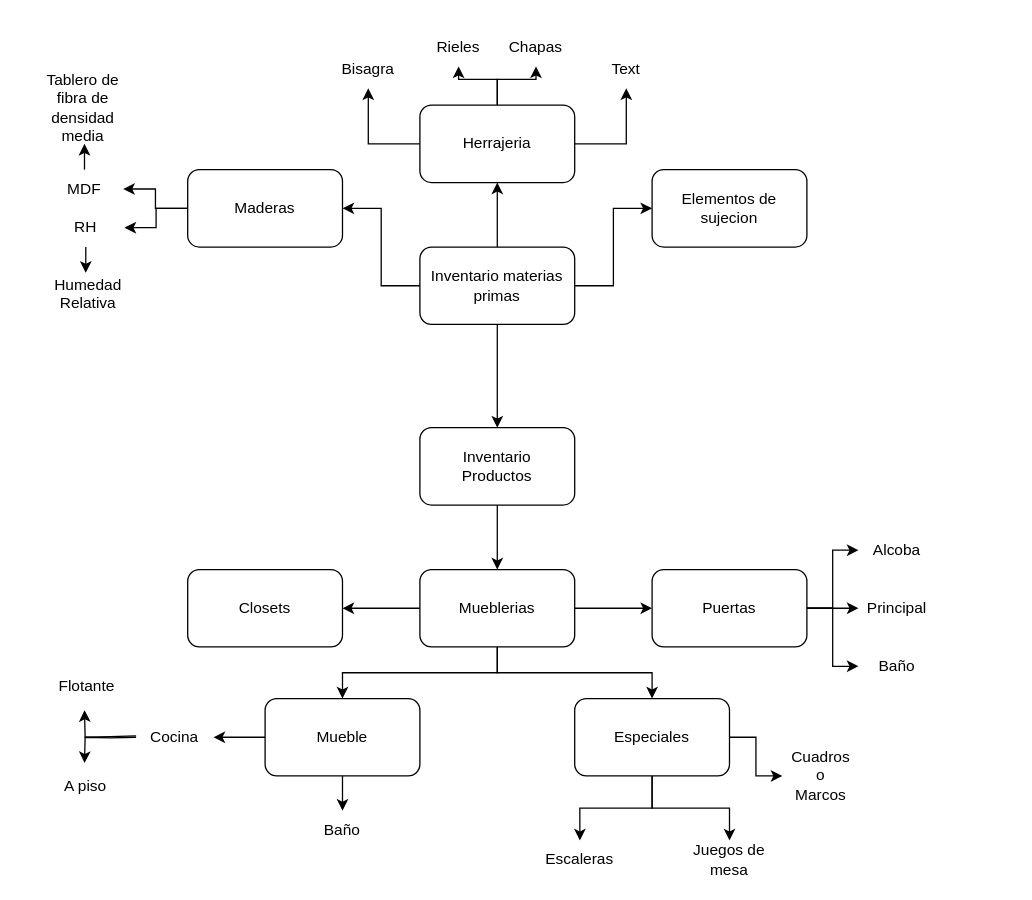
Before: Diagrama sin título.drawio in DavidSteyr/diagramaProcesosTGS, a draw.io diagram. Source tidied: cells renumbered, new cells numbered last; positions are measured from the earlier drawing's top-left corner, leaving out a move shared by most shapes. Both pictures are drawn from the tidied source at 129%, with x=0, y=0 at pixel (44, 27).
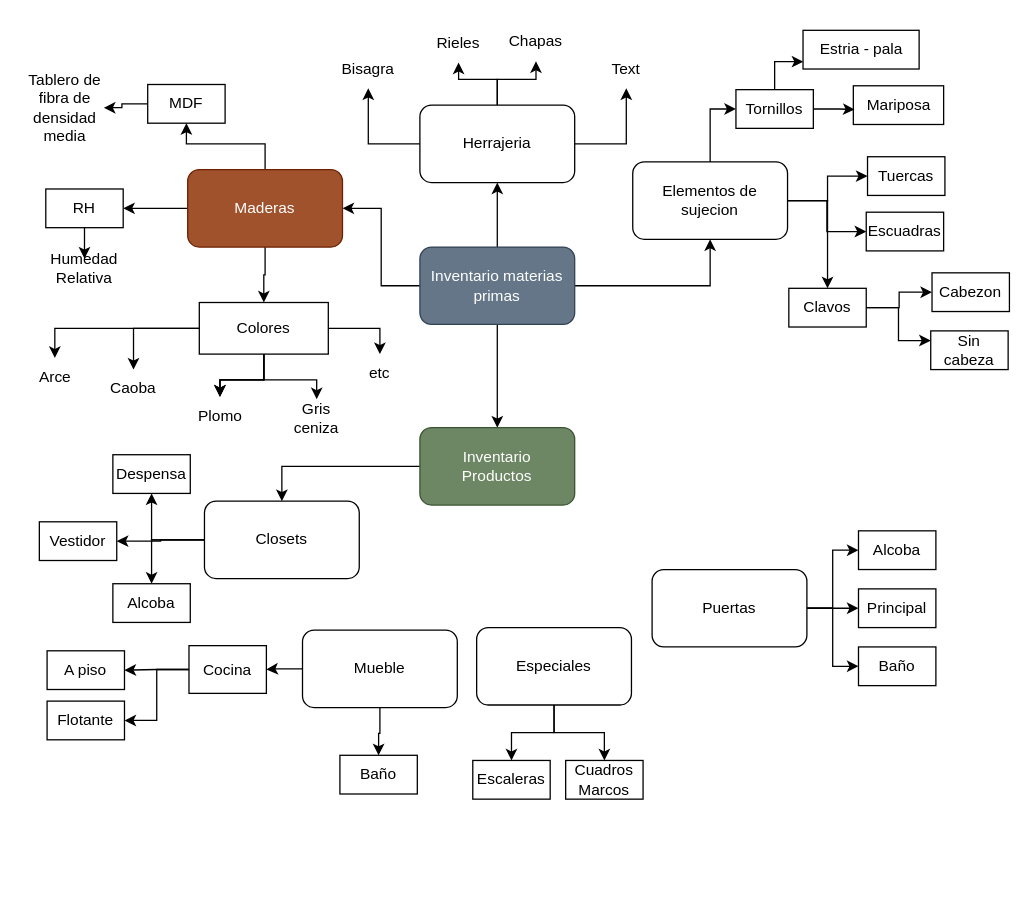
Above is the later version.

The edit, as a diff of the source:
```diff
@@
-    <mxCell id="6" value="Inventario materias primas" style="rounded=1;whiteSpace=wrap;html=1;" parent="1" vertex="1">
+    <mxCell id="6" value="Inventario materias primas" style="rounded=1;whiteSpace=wrap;html=1;fillColor=#647687;fontColor=#ffffff;strokeColor=#314354;" parent="1" vertex="1">
       <mxGeometry x="291" y="170" width="120" height="60" as="geometry" />
     </mxCell>
-    <mxCell id="7" style="edgeStyle=orthogonalEdgeStyle;rounded=0;jettySize=auto;html=1;" parent="1" edge="1" source="8" target="22">
-      <mxGeometry relative="1" as="geometry" />
-    </mxCell>
+    <mxCell id="57" style="edgeStyle=orthogonalEdgeStyle;rounded=0;jettySize=auto;html=1;entryX=0.5;entryY=0;entryDx=0;entryDy=0;" parent="1" edge="1" source="8" target="27">
+      <mxGeometry relative="1" as="geometry" />
+    </mxCell>
-    <mxCell id="8" value="&lt;div&gt;Inventario&lt;/div&gt;&lt;div&gt;Productos&lt;br&gt;&lt;/div&gt;" style="whiteSpace=wrap;html=1;rounded=1;" parent="1" vertex="1">
+    <mxCell id="8" value="&lt;div&gt;Inventario&lt;/div&gt;&lt;div&gt;Productos&lt;br&gt;&lt;/div&gt;" style="whiteSpace=wrap;html=1;rounded=1;fillColor=#6d8764;fontColor=#ffffff;strokeColor=#3A5431;" parent="1" vertex="1">
       <mxGeometry x="291" y="310" width="120" height="60" as="geometry" />
     </mxCell>
+    <mxCell id="58" style="edgeStyle=orthogonalEdgeStyle;rounded=0;jettySize=auto;html=1;entryX=0;entryY=0.5;entryDx=0;entryDy=0;" parent="1" edge="1" source="9" target="72">
+      <mxGeometry relative="1" as="geometry" />
+    </mxCell>
+    <mxCell id="59" style="edgeStyle=orthogonalEdgeStyle;rounded=0;jettySize=auto;html=1;entryX=0;entryY=0.5;entryDx=0;entryDy=0;" parent="1" edge="1" source="9" target="73">
+      <mxGeometry relative="1" as="geometry" />
+    </mxCell>
+    <mxCell id="60" style="edgeStyle=orthogonalEdgeStyle;rounded=0;jettySize=auto;html=1;entryX=0;entryY=0.5;entryDx=0;entryDy=0;" parent="1" edge="1" source="9" target="74">
+      <mxGeometry relative="1" as="geometry" />
+    </mxCell>
+    <mxCell id="61" style="edgeStyle=orthogonalEdgeStyle;rounded=0;jettySize=auto;html=1;entryX=0.5;entryY=0;entryDx=0;entryDy=0;" parent="1" edge="1" source="9" target="77">
+      <mxGeometry relative="1" as="geometry" />
+    </mxCell>
     <mxCell id="9" value="&lt;div&gt;Elementos de sujecion&lt;/div&gt;" style="rounded=1;whiteSpace=wrap;html=1;" parent="1" vertex="1">
-      <mxGeometry x="471" y="110" width="120" height="60" as="geometry" />
+      <mxGeometry x="456" y="104" width="120" height="60" as="geometry" />
     </mxCell>
@@
-    <mxCell id="15" style="edgeStyle=orthogonalEdgeStyle;rounded=0;jettySize=auto;html=1;" parent="1" edge="1" source="17" target="50">
+    <mxCell id="15" style="edgeStyle=orthogonalEdgeStyle;rounded=0;jettySize=auto;html=1;strokeColor=default;" parent="1" edge="1" source="17" target="50">
       <mxGeometry relative="1" as="geometry" />
     </mxCell>
@@
+    <mxCell id="62" style="edgeStyle=orthogonalEdgeStyle;rounded=0;jettySize=auto;html=1;entryX=0.5;entryY=1;entryDx=0;entryDy=0;" parent="1" edge="1" source="17" target="86">
+      <mxGeometry relative="1" as="geometry" />
+    </mxCell>
-    <mxCell id="17" value="Maderas" style="rounded=1;whiteSpace=wrap;html=1;" parent="1" vertex="1">
+    <mxCell id="17" value="Maderas" style="rounded=1;whiteSpace=wrap;html=1;fillColor=#a0522d;fontColor=#ffffff;strokeColor=#6D1F00;" parent="1" vertex="1">
       <mxGeometry x="111" y="110" width="120" height="60" as="geometry" />
     </mxCell>
-    <mxCell id="18" style="edgeStyle=orthogonalEdgeStyle;rounded=0;orthogonalLoop=1;jettySize=auto;html=1;" parent="1" edge="1">
-      <mxGeometry relative="1" as="geometry">
-        <mxPoint x="411" y="450" as="sourcePoint" />
-        <mxPoint x="471" y="450" as="targetPoint" />
-      </mxGeometry>
-    </mxCell>
-    <mxCell id="19" style="edgeStyle=orthogonalEdgeStyle;rounded=0;jettySize=auto;html=1;" parent="1" edge="1" source="22">
-      <mxGeometry relative="1" as="geometry">
-        <mxPoint x="231" y="450" as="targetPoint" />
-      </mxGeometry>
-    </mxCell>
-    <mxCell id="20" style="edgeStyle=orthogonalEdgeStyle;rounded=0;jettySize=auto;html=1;" parent="1" edge="1" source="22" target="30">
-      <mxGeometry relative="1" as="geometry" />
-    </mxCell>
-    <mxCell id="21" style="edgeStyle=orthogonalEdgeStyle;rounded=0;jettySize=auto;html=1;entryX=0.5;entryY=0;entryDx=0;entryDy=0;" parent="1" edge="1" source="22" target="34">
-      <mxGeometry relative="1" as="geometry" />
-    </mxCell>
-    <mxCell id="22" value="Mueblerias" style="rounded=1;whiteSpace=wrap;html=1;" parent="1" vertex="1">
-      <mxGeometry x="291" y="420" width="120" height="60" as="geometry" />
-    </mxCell>
@@
+    <mxCell id="63" style="edgeStyle=orthogonalEdgeStyle;rounded=0;jettySize=auto;html=1;entryX=1;entryY=0.5;entryDx=0;entryDy=0;" parent="1" edge="1" source="27" target="92">
+      <mxGeometry relative="1" as="geometry" />
+    </mxCell>
+    <mxCell id="64" style="edgeStyle=orthogonalEdgeStyle;rounded=0;jettySize=auto;html=1;entryX=0.5;entryY=1;entryDx=0;entryDy=0;" parent="1" edge="1" source="27" target="94">
+      <mxGeometry relative="1" as="geometry" />
+    </mxCell>
+    <mxCell id="65" style="edgeStyle=orthogonalEdgeStyle;rounded=0;jettySize=auto;html=1;entryX=0.5;entryY=0;entryDx=0;entryDy=0;" parent="1" edge="1" source="27" target="93">
+      <mxGeometry relative="1" as="geometry" />
+    </mxCell>
     <mxCell id="27" value="Closets" style="rounded=1;whiteSpace=wrap;html=1;" parent="1" vertex="1">
-      <mxGeometry x="111" y="420" width="120" height="60" as="geometry" />
+      <mxGeometry x="124" y="367" width="120" height="60" as="geometry" />
     </mxCell>
@@
     <mxCell id="30" value="&lt;div&gt;Mueble&lt;/div&gt;" style="rounded=1;whiteSpace=wrap;html=1;" parent="1" vertex="1">
-      <mxGeometry x="171" y="520" width="120" height="60" as="geometry" />
+      <mxGeometry x="200" y="467" width="120" height="60" as="geometry" />
     </mxCell>
-    <mxCell id="31" style="edgeStyle=orthogonalEdgeStyle;rounded=0;jettySize=auto;html=1;entryX=0.5;entryY=0;entryDx=0;entryDy=0;" parent="1" edge="1" source="34" target="43">
-      <mxGeometry relative="1" as="geometry" />
-    </mxCell>
+    <mxCell id="33" style="edgeStyle=orthogonalEdgeStyle;rounded=0;jettySize=auto;html=1;" parent="1" edge="1" source="34" target="42">
+      <mxGeometry relative="1" as="geometry" />
+    </mxCell>
-    <mxCell id="32" style="edgeStyle=orthogonalEdgeStyle;rounded=0;jettySize=auto;html=1;entryX=0;entryY=0.5;entryDx=0;entryDy=0;" parent="1" edge="1" source="34" target="44">
+    <mxCell id="32" style="edgeStyle=orthogonalEdgeStyle;rounded=0;jettySize=auto;html=1;entryX=0.5;entryY=0;entryDx=0;entryDy=0;" parent="1" edge="1" source="34" target="44">
       <mxGeometry relative="1" as="geometry" />
     </mxCell>
-    <mxCell id="33" style="edgeStyle=orthogonalEdgeStyle;rounded=0;jettySize=auto;html=1;" parent="1" edge="1" source="34" target="42">
-      <mxGeometry relative="1" as="geometry" />
-    </mxCell>
     <mxCell id="34" value="Especiales" style="rounded=1;whiteSpace=wrap;html=1;" parent="1" vertex="1">
-      <mxGeometry x="411" y="520" width="120" height="60" as="geometry" />
+      <mxGeometry x="335" y="465" width="120" height="60" as="geometry" />
     </mxCell>
-    <mxCell id="35" value="Alcoba" style="text;html=1;strokeColor=none;fillColor=none;align=center;verticalAlign=middle;whiteSpace=wrap;rounded=0;" parent="1" vertex="1">
+    <mxCell id="35" value="Alcoba" style="text;html=1;strokeColor=default;fillColor=none;align=center;verticalAlign=middle;whiteSpace=wrap;rounded=0;" parent="1" vertex="1">
       <mxGeometry x="631" y="390" width="60" height="30" as="geometry" />
     </mxCell>
-    <mxCell id="36" value="Principal" style="text;html=1;strokeColor=none;fillColor=none;align=center;verticalAlign=middle;whiteSpace=wrap;rounded=0;" parent="1" vertex="1">
+    <mxCell id="36" value="Principal" style="text;html=1;strokeColor=default;fillColor=none;align=center;verticalAlign=middle;whiteSpace=wrap;rounded=0;" parent="1" vertex="1">
       <mxGeometry x="631" y="435" width="60" height="30" as="geometry" />
     </mxCell>
-    <mxCell id="37" value="&lt;div&gt;Baño&lt;/div&gt;" style="text;html=1;strokeColor=none;fillColor=none;align=center;verticalAlign=middle;whiteSpace=wrap;rounded=0;" parent="1" vertex="1">
+    <mxCell id="37" value="&lt;div&gt;Baño&lt;/div&gt;" style="text;html=1;strokeColor=default;fillColor=none;align=center;verticalAlign=middle;whiteSpace=wrap;rounded=0;" parent="1" vertex="1">
       <mxGeometry x="631" y="480" width="60" height="30" as="geometry" />
     </mxCell>
-    <mxCell id="38" style="edgeStyle=orthogonalEdgeStyle;rounded=0;orthogonalLoop=1;jettySize=auto;html=1;" parent="1" edge="1">
-      <mxGeometry relative="1" as="geometry">
-        <mxPoint x="71" y="549" as="sourcePoint" />
-        <mxPoint x="31" y="529" as="targetPoint" />
-      </mxGeometry>
-    </mxCell>
-    <mxCell id="39" style="edgeStyle=orthogonalEdgeStyle;rounded=0;orthogonalLoop=1;jettySize=auto;html=1;" parent="1" edge="1">
-      <mxGeometry relative="1" as="geometry">
-        <mxPoint x="71" y="550" as="sourcePoint" />
-        <mxPoint x="31" y="570" as="targetPoint" />
-      </mxGeometry>
-    </mxCell>
+    <mxCell id="66" style="edgeStyle=orthogonalEdgeStyle;rounded=0;jettySize=auto;html=1;entryX=1;entryY=0.5;entryDx=0;entryDy=0;" parent="1" edge="1" source="40" target="46">
+      <mxGeometry relative="1" as="geometry" />
+    </mxCell>
+    <mxCell id="67" style="edgeStyle=orthogonalEdgeStyle;rounded=0;jettySize=auto;html=1;entryX=1;entryY=0.5;entryDx=0;entryDy=0;" parent="1" edge="1" source="40" target="45">
+      <mxGeometry relative="1" as="geometry" />
+    </mxCell>
-    <mxCell id="40" value="&lt;div&gt;Cocina&lt;/div&gt;" style="text;html=1;strokeColor=none;fillColor=none;align=center;verticalAlign=middle;whiteSpace=wrap;rounded=0;" parent="1" vertex="1">
-      <mxGeometry x="71" y="535" width="60" height="30" as="geometry" />
+    <mxCell id="40" value="&lt;div&gt;Cocina&lt;/div&gt;" style="text;html=1;strokeColor=default;fillColor=default;align=center;verticalAlign=middle;whiteSpace=wrap;rounded=0;" parent="1" vertex="1">
+      <mxGeometry x="112" y="479" width="60" height="37" as="geometry" />
     </mxCell>
-    <mxCell id="41" value="Baño" style="text;html=1;strokeColor=none;fillColor=none;align=center;verticalAlign=middle;whiteSpace=wrap;rounded=0;" parent="1" vertex="1">
-      <mxGeometry x="201" y="607" width="60" height="30" as="geometry" />
+    <mxCell id="41" value="Baño" style="text;html=1;strokeColor=default;fillColor=none;align=center;verticalAlign=middle;whiteSpace=wrap;rounded=0;" parent="1" vertex="1">
+      <mxGeometry x="229" y="564" width="60" height="30" as="geometry" />
     </mxCell>
-    <mxCell id="42" value="Escaleras" style="text;html=1;strokeColor=none;fillColor=none;align=center;verticalAlign=middle;whiteSpace=wrap;rounded=0;" parent="1" vertex="1">
-      <mxGeometry x="385" y="630" width="60" height="30" as="geometry" />
+    <mxCell id="42" value="Escaleras" style="text;html=1;strokeColor=default;fillColor=none;align=center;verticalAlign=middle;whiteSpace=wrap;rounded=0;" parent="1" vertex="1">
+      <mxGeometry x="332" y="568" width="60" height="30" as="geometry" />
     </mxCell>
-    <mxCell id="43" value="&lt;div&gt;Juegos de mesa&lt;/div&gt;" style="text;html=1;strokeColor=none;fillColor=none;align=center;verticalAlign=middle;whiteSpace=wrap;rounded=0;" parent="1" vertex="1">
-      <mxGeometry x="501" y="630" width="60" height="30" as="geometry" />
-    </mxCell>
-    <mxCell id="44" value="&lt;div&gt;Cuadros&lt;/div&gt;&lt;div&gt;o&lt;/div&gt;&lt;div&gt;Marcos&lt;br&gt;&lt;/div&gt;" style="text;html=1;strokeColor=none;fillColor=none;align=center;verticalAlign=middle;whiteSpace=wrap;rounded=0;" parent="1" vertex="1">
-      <mxGeometry x="572" y="565" width="60" height="30" as="geometry" />
+    <mxCell id="44" value="&lt;div&gt;&lt;br&gt;&lt;/div&gt;&lt;div&gt;Cuadros&lt;/div&gt;&lt;div&gt;Marcos&lt;/div&gt;&lt;div&gt;&lt;br&gt;&lt;/div&gt;" style="text;html=1;strokeColor=default;fillColor=none;align=center;verticalAlign=middle;whiteSpace=wrap;rounded=0;" parent="1" vertex="1">
+      <mxGeometry x="404" y="568" width="60" height="30" as="geometry" />
     </mxCell>
-    <mxCell id="45" value="Flotante" style="text;html=1;strokeColor=none;fillColor=none;align=center;verticalAlign=middle;whiteSpace=wrap;rounded=0;" parent="1" vertex="1">
-      <mxGeometry x="3" y="496" width="60" height="30" as="geometry" />
+    <mxCell id="45" value="Flotante" style="text;html=1;strokeColor=default;fillColor=none;align=center;verticalAlign=middle;whiteSpace=wrap;rounded=0;" parent="1" vertex="1">
+      <mxGeometry x="2" y="522" width="60" height="30" as="geometry" />
     </mxCell>
-    <mxCell id="46" value="A piso" style="text;html=1;strokeColor=none;fillColor=none;align=center;verticalAlign=middle;whiteSpace=wrap;rounded=0;" parent="1" vertex="1">
-      <mxGeometry x="2" y="573" width="60" height="30" as="geometry" />
+    <mxCell id="46" value="A piso" style="text;html=1;strokeColor=default;fillColor=none;align=center;verticalAlign=middle;whiteSpace=wrap;rounded=0;" parent="1" vertex="1">
+      <mxGeometry x="2" y="483" width="60" height="30" as="geometry" />
     </mxCell>
-    <mxCell id="47" style="edgeStyle=orthogonalEdgeStyle;rounded=0;jettySize=auto;html=1;" parent="1" edge="1" source="48">
-      <mxGeometry relative="1" as="geometry">
-        <mxPoint x="32" y="190" as="targetPoint" />
-      </mxGeometry>
-    </mxCell>
+    <mxCell id="68" style="edgeStyle=orthogonalEdgeStyle;rounded=0;jettySize=auto;html=1;entryX=0.5;entryY=0;entryDx=0;entryDy=0;" parent="1" edge="1" source="48" target="52">
+      <mxGeometry relative="1" as="geometry" />
+    </mxCell>
-    <mxCell id="48" value="RH" style="text;html=1;strokeColor=none;fillColor=none;align=center;verticalAlign=middle;whiteSpace=wrap;rounded=0;" parent="1" vertex="1">
-      <mxGeometry x="2" y="140" width="60" height="30" as="geometry" />
+    <mxCell id="48" value="RH" style="text;html=1;strokeColor=default;fillColor=default;align=center;verticalAlign=middle;whiteSpace=wrap;rounded=0;" parent="1" vertex="1">
+      <mxGeometry x="1" y="125" width="60" height="30" as="geometry" />
     </mxCell>
-    <mxCell id="49" style="edgeStyle=orthogonalEdgeStyle;rounded=0;jettySize=auto;html=1;" parent="1" edge="1" source="50">
-      <mxGeometry relative="1" as="geometry">
-        <mxPoint x="31" y="90" as="targetPoint" />
-      </mxGeometry>
-    </mxCell>
+    <mxCell id="69" style="edgeStyle=orthogonalEdgeStyle;rounded=0;jettySize=auto;html=1;entryX=1;entryY=0.5;entryDx=0;entryDy=0;" parent="1" edge="1" source="50" target="51">
+      <mxGeometry relative="1" as="geometry" />
+    </mxCell>
-    <mxCell id="50" value="MDF" style="text;html=1;strokeColor=none;fillColor=none;align=center;verticalAlign=middle;whiteSpace=wrap;rounded=0;" parent="1" vertex="1">
-      <mxGeometry x="1" y="110" width="60" height="30" as="geometry" />
+    <mxCell id="50" value="MDF" style="text;html=1;strokeColor=default;fillColor=default;align=center;verticalAlign=middle;whiteSpace=wrap;rounded=0;" parent="1" vertex="1">
+      <mxGeometry x="80" y="44" width="60" height="30" as="geometry" />
     </mxCell>
     <mxCell id="51" value="Tablero de fibra de densidad media" style="text;html=1;strokeColor=none;fillColor=none;align=center;verticalAlign=middle;whiteSpace=wrap;rounded=0;" parent="1" vertex="1">
-      <mxGeometry y="47" width="60" height="30" as="geometry" />
+      <mxGeometry x="-14" y="47" width="60" height="30" as="geometry" />
     </mxCell>
     <mxCell id="52" value="&#10;Humedad Relativa&#10;&#10;" style="text;html=1;strokeColor=none;fillColor=none;align=center;verticalAlign=middle;whiteSpace=wrap;rounded=0;" parent="1" vertex="1">
-      <mxGeometry x="4" y="199" width="60" height="30" as="geometry" />
+      <mxGeometry x="1" y="179" width="60" height="30" as="geometry" />
     </mxCell>
     <mxCell id="53" value="Rieles" style="text;html=1;strokeColor=none;fillColor=none;align=center;verticalAlign=middle;whiteSpace=wrap;rounded=0;" parent="1" vertex="1">
-      <mxGeometry x="291" width="60" height="30" as="geometry" />
+      <mxGeometry x="291" y="-3" width="60" height="30" as="geometry" />
     </mxCell>
     <mxCell id="54" value="Chapas" style="text;html=1;strokeColor=none;fillColor=none;align=center;verticalAlign=middle;whiteSpace=wrap;rounded=0;" parent="1" vertex="1">
-      <mxGeometry x="351" width="60" height="30" as="geometry" />
+      <mxGeometry x="351" y="-4" width="60" height="30" as="geometry" />
     </mxCell>
@@
+    <mxCell id="70" style="edgeStyle=orthogonalEdgeStyle;rounded=0;jettySize=auto;html=1;entryX=0.014;entryY=0.614;entryDx=0;entryDy=0;entryPerimeter=0;" parent="1" edge="1" source="72" target="95">
+      <mxGeometry relative="1" as="geometry" />
+    </mxCell>
+    <mxCell id="71" style="edgeStyle=orthogonalEdgeStyle;rounded=0;jettySize=auto;html=1;entryX=0.003;entryY=0.81;entryDx=0;entryDy=0;entryPerimeter=0;" parent="1" edge="1" source="72" target="78">
+      <mxGeometry relative="1" as="geometry" />
+    </mxCell>
+    <mxCell id="72" value="Tornillos" style="text;html=1;strokeColor=default;fillColor=default;align=center;verticalAlign=middle;whiteSpace=wrap;rounded=0;" parent="1" vertex="1">
+      <mxGeometry x="536" y="48" width="60" height="30" as="geometry" />
+    </mxCell>
+    <mxCell id="73" value="&lt;div&gt;Tuercas&lt;br&gt;&lt;/div&gt;" style="text;html=1;strokeColor=default;fillColor=none;align=center;verticalAlign=middle;whiteSpace=wrap;rounded=0;" parent="1" vertex="1">
+      <mxGeometry x="638" y="100" width="60" height="30" as="geometry" />
+    </mxCell>
+    <mxCell id="74" value="Escuadras" style="text;html=1;strokeColor=default;fillColor=none;align=center;verticalAlign=middle;whiteSpace=wrap;rounded=0;" parent="1" vertex="1">
+      <mxGeometry x="637" y="143" width="60" height="30" as="geometry" />
+    </mxCell>
+    <mxCell id="75" style="edgeStyle=orthogonalEdgeStyle;rounded=0;jettySize=auto;html=1;entryX=0;entryY=0.25;entryDx=0;entryDy=0;" parent="1" edge="1" source="77" target="97">
+      <mxGeometry relative="1" as="geometry" />
+    </mxCell>
+    <mxCell id="76" style="edgeStyle=orthogonalEdgeStyle;rounded=0;jettySize=auto;html=1;entryX=0;entryY=0.5;entryDx=0;entryDy=0;" parent="1" edge="1" source="77" target="96">
+      <mxGeometry relative="1" as="geometry" />
+    </mxCell>
+    <mxCell id="77" value="Clavos" style="text;html=1;strokeColor=default;fillColor=none;align=center;verticalAlign=middle;whiteSpace=wrap;rounded=0;" parent="1" vertex="1">
+      <mxGeometry x="577" y="202" width="60" height="30" as="geometry" />
+    </mxCell>
+    <mxCell id="78" value="Estria - pala" style="text;html=1;align=center;verticalAlign=middle;points=[];strokeColor=default;fillColor=none;" parent="1" vertex="1">
+      <mxGeometry x="588" y="2" width="90" height="30" as="geometry" />
+    </mxCell>
+    <mxCell id="79" style="edgeStyle=orthogonalEdgeStyle;rounded=0;jettySize=auto;html=1;" parent="1" edge="1" source="86" target="88">
+      <mxGeometry relative="1" as="geometry" />
+    </mxCell>
+    <mxCell id="80" style="edgeStyle=orthogonalEdgeStyle;rounded=0;jettySize=auto;html=1;" parent="1" edge="1" source="86" target="89">
+      <mxGeometry relative="1" as="geometry" />
+    </mxCell>
+    <mxCell id="81" style="edgeStyle=orthogonalEdgeStyle;rounded=0;jettySize=auto;html=1;entryX=0.5;entryY=0;entryDx=0;entryDy=0;" parent="1" edge="1" source="86" target="87">
+      <mxGeometry relative="1" as="geometry" />
+    </mxCell>
+    <mxCell id="82" style="edgeStyle=orthogonalEdgeStyle;rounded=0;jettySize=auto;html=1;" parent="1" edge="1" source="86" target="89">
+      <mxGeometry relative="1" as="geometry" />
+    </mxCell>
+    <mxCell id="83" style="edgeStyle=orthogonalEdgeStyle;rounded=0;jettySize=auto;html=1;" parent="1" edge="1" source="86" target="89">
+      <mxGeometry relative="1" as="geometry" />
+    </mxCell>
+    <mxCell id="84" style="edgeStyle=orthogonalEdgeStyle;rounded=0;jettySize=auto;html=1;entryX=0.5;entryY=0;entryDx=0;entryDy=0;" parent="1" edge="1" source="86" target="90">
+      <mxGeometry relative="1" as="geometry" />
+    </mxCell>
+    <mxCell id="85" style="edgeStyle=orthogonalEdgeStyle;rounded=0;jettySize=auto;html=1;entryX=0.5;entryY=0;entryDx=0;entryDy=0;" parent="1" edge="1" source="86" target="91">
+      <mxGeometry relative="1" as="geometry" />
+    </mxCell>
+    <mxCell id="86" value="Colores" style="rounded=0;whiteSpace=wrap;html=1;direction=west;" parent="1" vertex="1">
+      <mxGeometry x="120" y="213" width="100" height="40" as="geometry" />
+    </mxCell>
+    <mxCell id="87" value="Caoba" style="text;html=1;strokeColor=none;fillColor=none;align=center;verticalAlign=middle;whiteSpace=wrap;rounded=0;" parent="1" vertex="1">
+      <mxGeometry x="39" y="265" width="60" height="30" as="geometry" />
+    </mxCell>
+    <mxCell id="88" value="Arce" style="text;html=1;align=center;verticalAlign=middle;points=[];strokeColor=none;fillColor=none;" parent="1" vertex="1">
+      <mxGeometry x="-17" y="256" width="50" height="30" as="geometry" />
+    </mxCell>
+    <mxCell id="89" value="Plomo" style="text;html=1;align=center;verticalAlign=middle;points=[];strokeColor=none;fillColor=none;" parent="1" vertex="1">
+      <mxGeometry x="106" y="286" width="60" height="30" as="geometry" />
+    </mxCell>
+    <mxCell id="90" value="Gris ceniza" style="text;html=1;strokeColor=none;fillColor=none;align=center;verticalAlign=middle;whiteSpace=wrap;rounded=0;" parent="1" vertex="1">
+      <mxGeometry x="181" y="288" width="60" height="30" as="geometry" />
+    </mxCell>
+    <mxCell id="91" value="etc" style="text;html=1;strokeColor=none;fillColor=none;align=center;verticalAlign=middle;whiteSpace=wrap;rounded=0;" parent="1" vertex="1">
+      <mxGeometry x="230" y="253" width="60" height="30" as="geometry" />
+    </mxCell>
+    <mxCell id="92" value="Vestidor" style="text;html=1;strokeColor=default;fillColor=none;align=center;verticalAlign=middle;whiteSpace=wrap;rounded=0;" parent="1" vertex="1">
+      <mxGeometry x="-4" y="383" width="60" height="30" as="geometry" />
+    </mxCell>
+    <mxCell id="93" value="Alcoba" style="text;html=1;strokeColor=default;fillColor=none;align=center;verticalAlign=middle;whiteSpace=wrap;rounded=0;" parent="1" vertex="1">
+      <mxGeometry x="53" y="431" width="60" height="30" as="geometry" />
+    </mxCell>
+    <mxCell id="94" value="Despensa" style="text;html=1;strokeColor=default;fillColor=none;align=center;verticalAlign=middle;whiteSpace=wrap;rounded=0;" parent="1" vertex="1">
+      <mxGeometry x="53" y="331" width="60" height="30" as="geometry" />
+    </mxCell>
+    <mxCell id="95" value="Mariposa" style="text;html=1;align=center;verticalAlign=middle;points=[];strokeColor=default;fillColor=none;" parent="1" vertex="1">
+      <mxGeometry x="627" y="45" width="70" height="30" as="geometry" />
+    </mxCell>
+    <mxCell id="96" value="&lt;div&gt;Cabezon&lt;/div&gt;" style="text;html=1;strokeColor=default;fillColor=none;align=center;verticalAlign=middle;whiteSpace=wrap;rounded=0;" parent="1" vertex="1">
+      <mxGeometry x="688" y="190" width="60" height="30" as="geometry" />
+    </mxCell>
+    <mxCell id="97" value="Sin cabeza" style="text;html=1;strokeColor=default;fillColor=none;align=center;verticalAlign=middle;whiteSpace=wrap;rounded=0;" parent="1" vertex="1">
+      <mxGeometry x="687" y="235" width="60" height="30" as="geometry" />
+    </mxCell>
```
